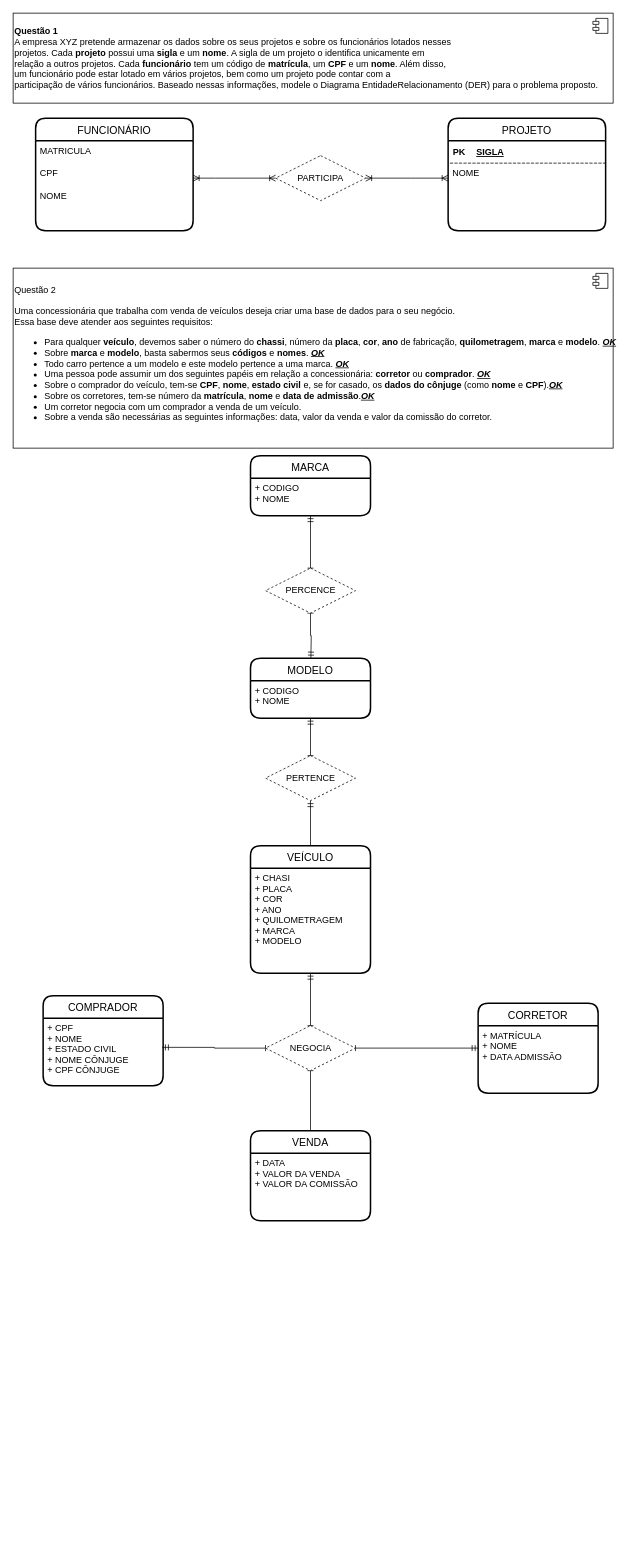
brunnabrito/terceiroModuloBancoDados keeps this draw.io diagram as Exercícios (extras) sobre modelagem.drawio. Above is the earlier version. Source tidied: cells renumbered, new cells numbered last; positions are measured from the earlier drawing's top-left corner, leaving out a move shared by most shapes. Both pictures are drawn from the tidied source at 75%, with x=0, y=0 at pixel (13, 13).
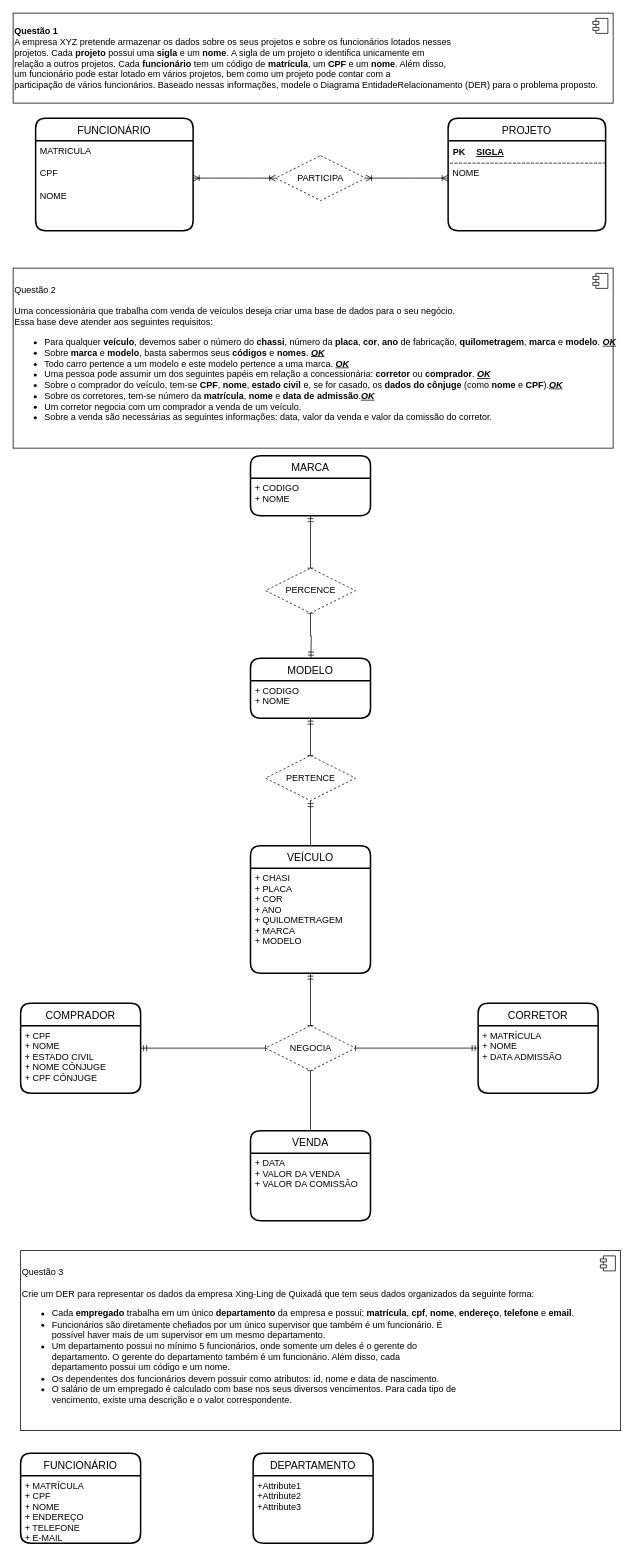
The same page after the edit.

Unchanged cells that the change refers to:
```xml
<mxCell id="32" value="+ CPF&#10;+ NOME&#10;+ ESTADO CIVIL&#10;+ NOME CÔNJUGE&#10;+ CPF CÔNJUGE" style="align=left;strokeColor=none;fillColor=none;spacingLeft=4;fontSize=12;verticalAlign=top;dashed=1;labelBackgroundColor=none;labelBorderColor=none;" parent="31" vertex="1">
  <mxGeometry y="30" width="160" height="90" as="geometry" />
</mxCell>
<mxCell id="39" value="NEGOCIA" style="shape=rhombus;perimeter=rhombusPerimeter;whiteSpace=wrap;html=1;align=center;dashed=1;labelBackgroundColor=none;labelBorderColor=none;flipV=0;" parent="1" vertex="1">
  <mxGeometry x="336.5" y="1350" width="120" height="60" as="geometry" />
</mxCell>
```

The edit, as a diff of the source:
```diff
@@
     <mxCell id="31" value="COMPRADOR" style="swimlane;horizontal=1;startSize=30;rounded=1;fontSize=14;fontStyle=0;strokeWidth=2;shadow=0;dashed=0;align=center;labelBackgroundColor=none;labelBorderColor=none;" parent="1" vertex="1">
-      <mxGeometry x="40" y="1310" width="160" height="120" as="geometry" />
+      <mxGeometry x="10" y="1320" width="160" height="120" as="geometry" />
     </mxCell>
@@
-    <mxCell id="38" style="edgeStyle=orthogonalEdgeStyle;rounded=0;jettySize=auto;html=1;startArrow=baseDash;startFill=0;endArrow=ERmandOne;endFill=0;entryX=0.994;entryY=0.433;entryDx=0;entryDy=0;entryPerimeter=0;" parent="1" edge="1" source="39" target="32">
-      <mxGeometry relative="1" as="geometry" />
-    </mxCell>
+    <mxCell id="42" style="edgeStyle=orthogonalEdgeStyle;rounded=0;jettySize=auto;html=1;startArrow=baseDash;startFill=0;endArrow=ERmandOne;endFill=0;" parent="1" edge="1" source="39">
+      <mxGeometry relative="1" as="geometry">
+        <mxPoint x="170" y="1380" as="targetPoint" />
+        <Array as="points">
+          <mxPoint x="170" y="1380" />
+        </Array>
+      </mxGeometry>
+    </mxCell>
@@
+    <mxCell id="43" value="Questão 3 &lt;br&gt;&lt;br&gt;Crie um DER para representar os dados da empresa Xing-Ling de Quixadá que tem seus dados organizados da seguinte forma:&lt;br&gt;&lt;ul&gt;&lt;li&gt;Cada &lt;b&gt;empregado&lt;/b&gt; trabalha em um único &lt;b&gt;departamento&lt;/b&gt; da empresa e possui: &lt;b&gt;matrícula&lt;/b&gt;, &lt;b&gt;cpf&lt;/b&gt;, &lt;b&gt;nome&lt;/b&gt;,&amp;nbsp;&lt;b&gt;endereço&lt;/b&gt;, &lt;b&gt;telefone&lt;/b&gt; e &lt;b&gt;email&lt;/b&gt;.&lt;/li&gt;&lt;li&gt;Funcionários são diretamente chefiados por um único supervisor que também é um funcionário. É&amp;nbsp;&lt;br&gt;possível haver mais de um supervisor em um mesmo departamento.&lt;/li&gt;&lt;li&gt;Um departamento possui no mínimo 5 funcionários, onde somente um deles é o gerente do&lt;br&gt;departamento. O gerente do departamento também é um funcionário. Além disso, cada&lt;br&gt;departamento possui um código e um nome.&lt;br&gt;&lt;/li&gt;&lt;li&gt;Os dependentes dos funcionários devem possuir como atributos: id, nome e data de nascimento.&lt;br&gt;&lt;/li&gt;&lt;li&gt;O salário de um empregado é calculado com base nos seus diversos vencimentos. Para cada tipo de&lt;br&gt;vencimento, existe uma descrição e o valor correspondente.&lt;br&gt;&lt;/li&gt;&lt;/ul&gt;" style="html=1;align=left;" parent="1" vertex="1">
+      <mxGeometry x="10" y="1650" width="800" height="240" as="geometry" />
+    </mxCell>
+    <mxCell id="44" style="shape=module;jettyWidth=8;jettyHeight=4;" parent="43" vertex="1">
+      <mxGeometry x="1" width="20" height="20" relative="1" as="geometry">
+        <mxPoint x="-27" y="7" as="offset" />
+      </mxGeometry>
+    </mxCell>
+    <mxCell id="45" value="FUNCIONÁRIO" style="swimlane;horizontal=1;startSize=30;rounded=1;fontSize=14;fontStyle=0;strokeWidth=2;shadow=0;dashed=0;align=center;labelBackgroundColor=none;labelBorderColor=none;" parent="1" vertex="1">
+      <mxGeometry x="10" y="1920" width="160" height="120" as="geometry" />
+    </mxCell>
+    <mxCell id="46" value="+ MATRÍCULA&#10;+ CPF&#10;+ NOME&#10;+ ENDEREÇO&#10;+ TELEFONE&#10;+ E-MAIL" style="align=left;strokeColor=none;fillColor=none;spacingLeft=4;fontSize=12;verticalAlign=top;dashed=1;labelBackgroundColor=none;labelBorderColor=none;" parent="45" vertex="1">
+      <mxGeometry y="30" width="160" height="90" as="geometry" />
+    </mxCell>
+    <mxCell id="47" value="DEPARTAMENTO" style="swimlane;horizontal=1;startSize=30;rounded=1;fontSize=14;fontStyle=0;strokeWidth=2;shadow=0;dashed=0;align=center;labelBackgroundColor=none;labelBorderColor=none;" parent="1" vertex="1">
+      <mxGeometry x="320" y="1920" width="160" height="120" as="geometry" />
+    </mxCell>
+    <mxCell id="48" value="+Attribute1&#10;+Attribute2&#10;+Attribute3" style="align=left;strokeColor=none;fillColor=none;spacingLeft=4;fontSize=12;verticalAlign=top;dashed=1;labelBackgroundColor=none;labelBorderColor=none;" parent="47" vertex="1">
+      <mxGeometry y="30" width="160" height="90" as="geometry" />
+    </mxCell>
```
